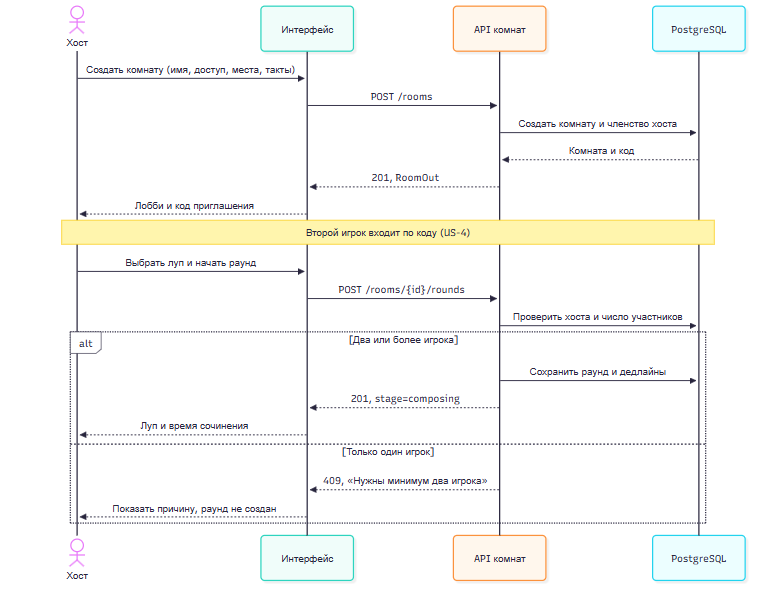
Earlier version of the Mermaid export docs/diagrams/lab-2-sequence-round.png (guitar-riff-pe/pe). Its source is kept beside it as docs/diagrams/lab-2-sequence-round.mmd. Source of this version:
```mermaid
sequenceDiagram
    actor H as Хост
    participant UI as Интерфейс
    participant API as API комнат
    participant DB as PostgreSQL
    H->>UI: Создать комнату (имя, доступ, места, такты)
    UI->>API: POST /rooms
    API->>DB: Создать комнату и членство хоста
    DB-->>API: Комната и код
    API-->>UI: 201, RoomOut
    UI-->>H: Лобби и код приглашения
    Note over H,DB: Второй игрок входит по коду (US-4)
    H->>UI: Выбрать луп и начать раунд
    UI->>API: POST /rooms/{id}/rounds
    API->>DB: Проверить хоста и число участников
    alt Два или более игрока
      API->>DB: Сохранить раунд и дедлайны
      API-->>UI: 201, stage=composing
      UI-->>H: Луп и время сочинения
    else Только один игрок
      API-->>UI: 409, «Нужны минимум два игрока»
      UI-->>H: Показать причину, раунд не создан
    end
```
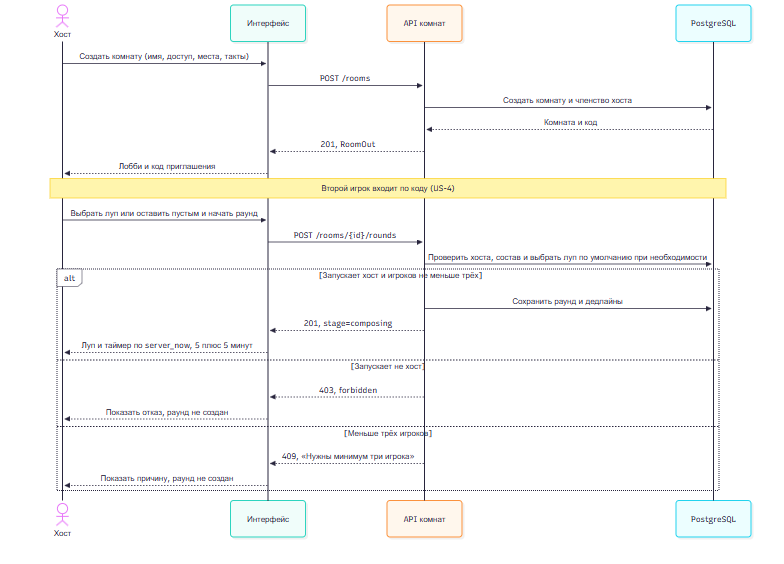
Above is the later version.

What changed in the source:
```diff
@@ -10,14 +10,17 @@
     API-->>UI: 201, RoomOut
     UI-->>H: Лобби и код приглашения
     Note over H,DB: Второй игрок входит по коду (US-4)
-    H->>UI: Выбрать луп и начать раунд
+    H->>UI: Выбрать луп или оставить пустым и начать раунд
     UI->>API: POST /rooms/{id}/rounds
-    API->>DB: Проверить хоста и число участников
-    alt Два или более игрока
+    API->>DB: Проверить хоста, состав и выбрать луп по умолчанию при необходимости
+    alt Запускает хост и игроков не меньше трёх
       API->>DB: Сохранить раунд и дедлайны
       API-->>UI: 201, stage=composing
-      UI-->>H: Луп и время сочинения
-    else Только один игрок
-      API-->>UI: 409, «Нужны минимум два игрока»
+      UI-->>H: Луп и таймер по server_now, 5 плюс 5 минут
+    else Запускает не хост
+      API-->>UI: 403, forbidden
+      UI-->>H: Показать отказ, раунд не создан
+    else Меньше трёх игроков
+      API-->>UI: 409, «Нужны минимум три игрока»
       UI-->>H: Показать причину, раунд не создан
     end
```
